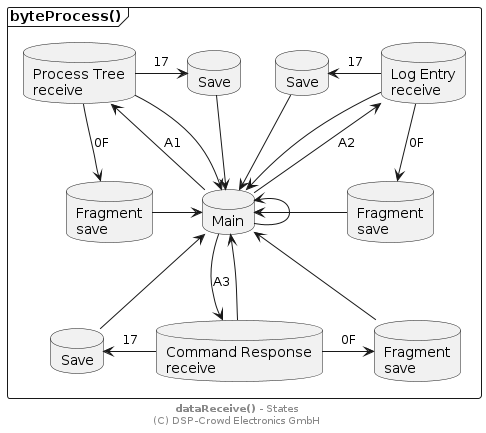
NoOrientationProgramming/code-orb keeps this PlantUML diagram as doc/system/byte-process_states_1.png. Above is the earlier version.
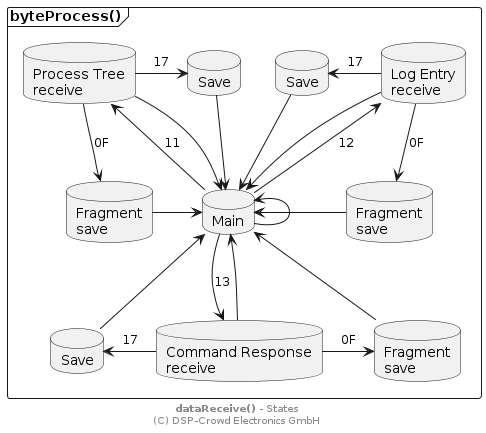
After the change.

What changed in the source:
```diff
@@ -21,13 +21,13 @@
 
 sMain -u-> sMain
 
-sMain -u-> sProc : A1
+sMain -u-> sProc : 11
 sMain <-u- sProc
 
-sMain -u-> sLog : A2
+sMain -u-> sLog : 12
 sMain <-u- sLog
 
-sMain -d-> sCmd : A3
+sMain -d-> sCmd : 13
 sMain <-d- sCmd
 
 sProc -r-> sLogSave : 17
```
